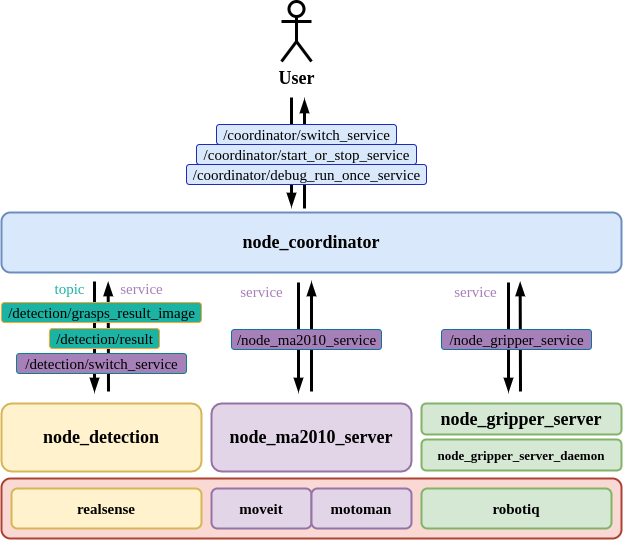
Earlier version of the draw.io export images/architecture.png (ryanreadbooks/motoman_robotiq_grasping). Source tidied: cells renumbered, new cells last; positions are measured from the earlier drawing's top-left corner, leaving out a move shared by most shapes.
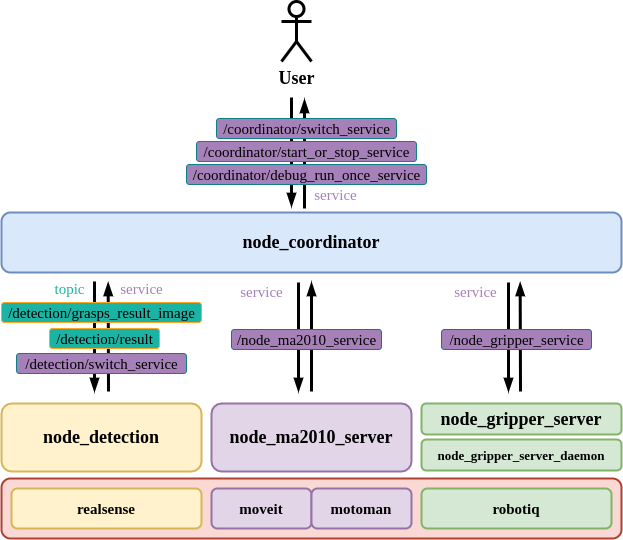
After the change.

The edit, as a diff of the source:
```diff
@@ -110,17 +110,20 @@
     <mxCell id="28" value="node_gripper_server_daemon" style="rounded=1;whiteSpace=wrap;html=1;strokeWidth=2;fontSize=13;fontStyle=1;fillColor=#d5e8d4;strokeColor=#82b366;fontFamily=Times New Roman;" parent="1" vertex="1">
       <mxGeometry x="420" y="438" width="200" height="31" as="geometry" />
     </mxCell>
-    <mxCell id="29" value="/coordinator/switch_service" style="text;html=1;align=center;verticalAlign=middle;strokeColor=#1F29BF;fillColor=#dae8fc;fontSize=15;rounded=1;fontFamily=Times New Roman;" parent="1" vertex="1">
-      <mxGeometry x="215" y="123" width="180" height="20" as="geometry" />
+    <mxCell id="29" value="/coordinator/switch_service" style="text;html=1;align=center;verticalAlign=middle;strokeColor=#0E8088;fillColor=#A680B8;fontSize=15;rounded=1;fontFamily=Times New Roman;" parent="1" vertex="1">
+      <mxGeometry x="215" y="117" width="180" height="20" as="geometry" />
     </mxCell>
-    <mxCell id="30" value="/coordinator/start_or_stop_service" style="text;html=1;align=center;verticalAlign=middle;strokeColor=#1F29BF;fillColor=#dae8fc;fontSize=15;rounded=1;fontFamily=Times New Roman;" parent="1" vertex="1">
-      <mxGeometry x="195" y="143" width="220" height="20" as="geometry" />
+    <mxCell id="30" value="/coordinator/start_or_stop_service" style="text;html=1;align=center;verticalAlign=middle;strokeColor=#0E8088;fillColor=#A680B8;fontSize=15;rounded=1;fontFamily=Times New Roman;" parent="1" vertex="1">
+      <mxGeometry x="195" y="140" width="220" height="20" as="geometry" />
     </mxCell>
-    <mxCell id="31" value="/coordinator/debug_run_once_service" style="text;html=1;align=center;verticalAlign=middle;strokeColor=#1F29BF;fillColor=#dae8fc;fontSize=15;rounded=1;fontFamily=Times New Roman;" parent="1" vertex="1">
+    <mxCell id="31" value="/coordinator/debug_run_once_service" style="text;html=1;align=center;verticalAlign=middle;strokeColor=#0E8088;fillColor=#A680B8;fontSize=15;rounded=1;fontFamily=Times New Roman;" parent="1" vertex="1">
       <mxGeometry x="185" y="163" width="240" height="20" as="geometry" />
     </mxCell>
     <mxCell id="32" value="&lt;b&gt;&lt;font style=&quot;font-size: 18px&quot;&gt;User&lt;/font&gt;&lt;/b&gt;" style="shape=umlActor;verticalLabelPosition=bottom;verticalAlign=top;html=1;rounded=1;fontSize=15;fontFamily=Times New Roman;gradientColor=none;strokeWidth=3;" parent="1" vertex="1">
       <mxGeometry x="280" width="30" height="60" as="geometry" />
     </mxCell>
+    <mxCell id="33" value="service" style="text;html=1;align=center;verticalAlign=middle;strokeColor=none;fillColor=none;fontSize=15;fontColor=#A680B8;rounded=1;fontFamily=Times New Roman;" parent="1" vertex="1">
+      <mxGeometry x="304" y="183" width="60" height="20" as="geometry" />
+    </mxCell>
   </root>
 </mxGraphModel>
```
